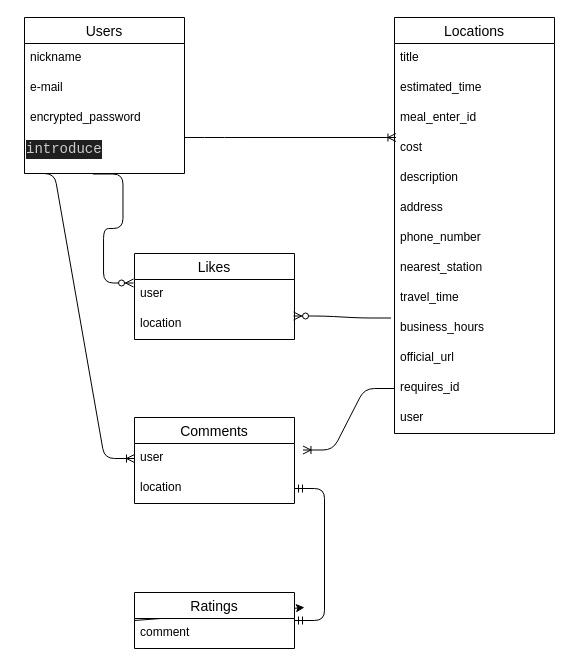
amajun0202/rings-39998 keeps this draw.io diagram as rings.dio. Above is the earlier version. Source tidied: cells renumbered, new cells numbered last; positions are measured from the earlier drawing's top-left corner, leaving out a move shared by most shapes. Both pictures are drawn from the tidied source at 100%, with x=0, y=0 at pixel (24, 17).
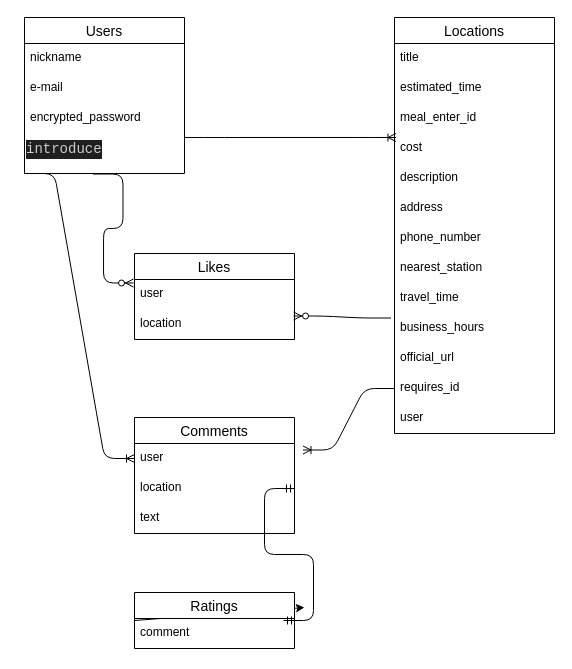
The same diagram, later.

The change refers to these unchanged cells:
```xml
<mxCell id="27" value="location" style="text;strokeColor=none;fillColor=none;spacingLeft=4;spacingRight=4;overflow=hidden;points=[[0,0.5],[1,0.5]];portConstraint=eastwest;fontSize=12;" parent="25" vertex="1">
  <mxGeometry y="56" width="160" height="30" as="geometry" />
</mxCell>
<mxCell id="29" value="Ratings" style="swimlane;fontStyle=0;horizontal=1;startSize=26;align=center;fontSize=14;" parent="1" vertex="1">
  <mxGeometry x="110" y="575" width="160" height="56" as="geometry" />
</mxCell>
```

The edit, as a diff of the source:
```diff
@@
     <mxCell id="25" value="Comments" style="swimlane;fontStyle=0;horizontal=1;startSize=26;align=center;fontSize=14;" parent="1" vertex="1">
-      <mxGeometry x="110" y="400" width="160" height="86" as="geometry" />
+      <mxGeometry x="110" y="400" width="160" height="116" as="geometry" />
     </mxCell>
@@
+    <mxCell id="36" value="text" style="text;strokeColor=none;fillColor=none;spacingLeft=4;spacingRight=4;overflow=hidden;fontSize=12;" parent="25" vertex="1">
+      <mxGeometry y="86" width="160" height="30" as="geometry" />
+    </mxCell>
@@
-    <mxCell id="34" style="edgeStyle=entityRelationEdgeStyle;fontSize=12;html=1;endArrow=ERmandOne;startArrow=ERmandOne;exitX=1;exitY=0.5;exitDx=0;exitDy=0;entryX=1;entryY=0.5;entryDx=0;entryDy=0;" parent="1" edge="1" source="29" target="27">
-      <mxGeometry relative="1" as="geometry" />
+    <mxCell id="34" style="edgeStyle=entityRelationEdgeStyle;fontSize=12;html=1;endArrow=ERmandOne;startArrow=ERmandOne;exitX=1;exitY=0.5;exitDx=0;exitDy=0;entryX=1;entryY=0.5;entryDx=0;entryDy=0;" parent="1" edge="1" target="27">
+      <mxGeometry relative="1" as="geometry">
+        <mxPoint x="259" y="603" as="sourcePoint" />
+      </mxGeometry>
     </mxCell>
```
